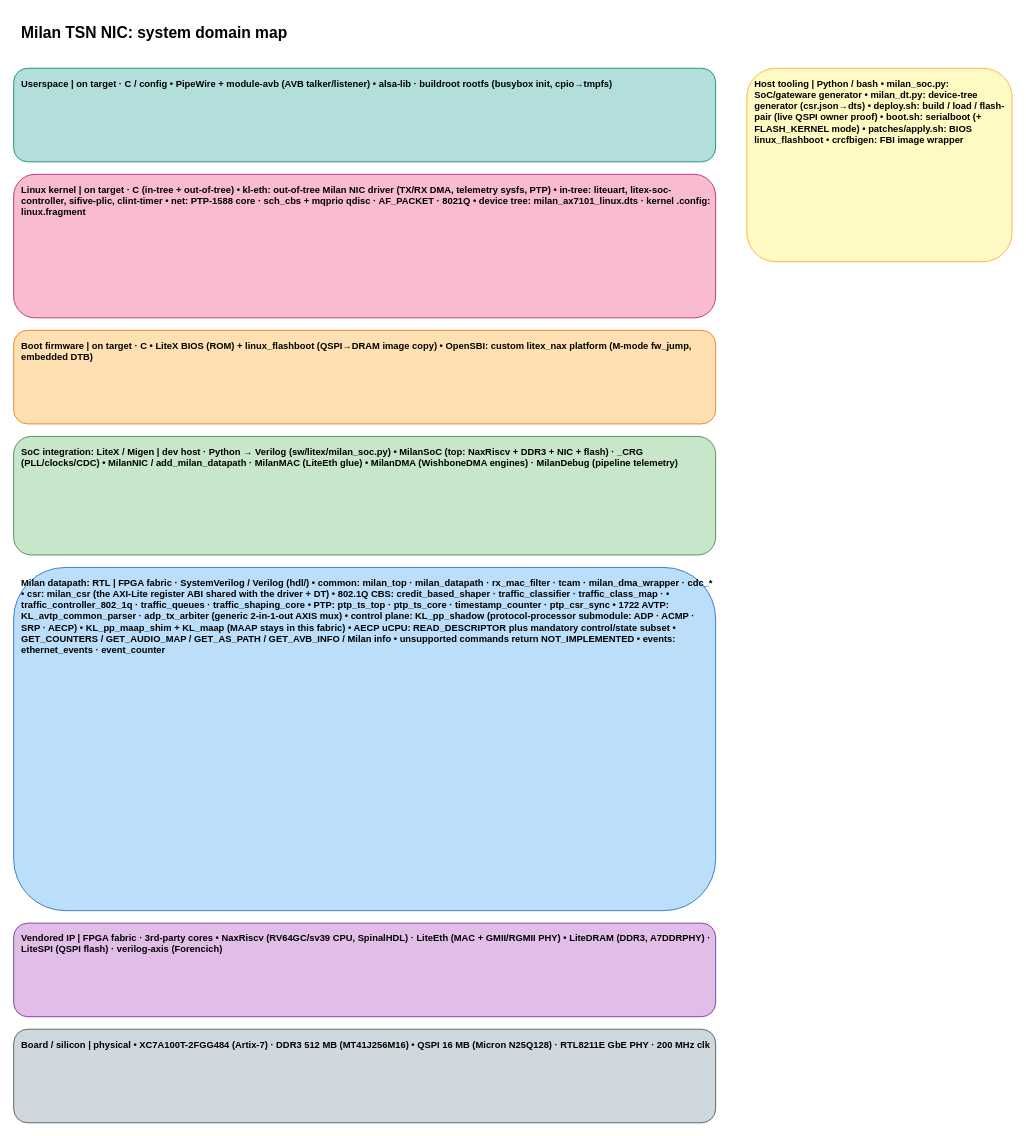
This is docs/SYSTEM_DOMAIN_MAP.drawio from kebag-logic/milan-fpga, a draw.io file, before an edit. Source tidied: cells renumbered, new cells numbered last; positions are measured from the earlier drawing's top-left corner, leaving out a move shared by most shapes. Both pictures are drawn from the tidied source at 78%, with x=0, y=0 at pixel (13, 13).
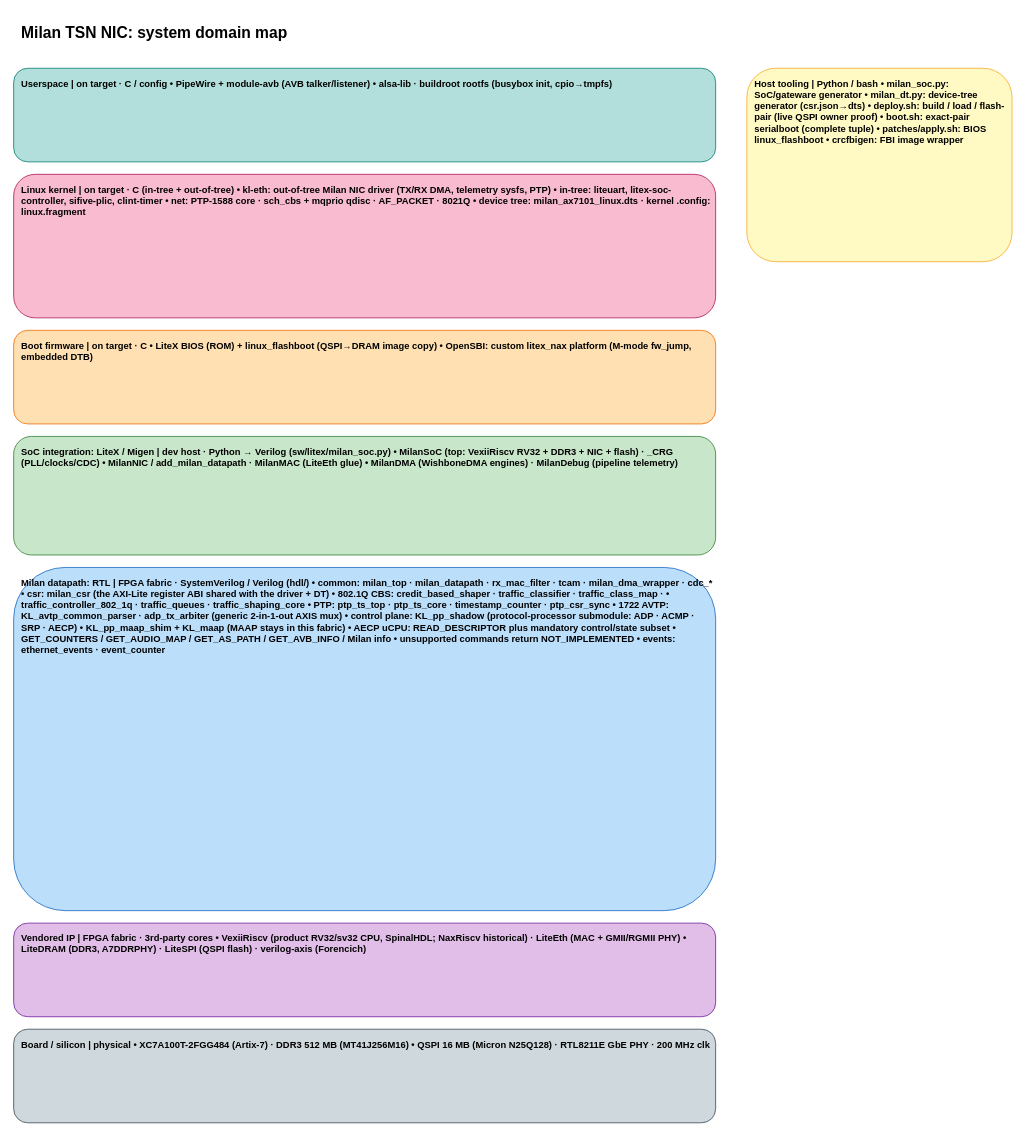
After the change.

Diff of the diagram source:
```diff
@@
 <mxGraphModel>
   <root>
     <mxCell id="0" />
     <mxCell id="1" parent="0" />
     <mxCell id="2" value="Milan TSN NIC: system domain map" style="rounded=1;whiteSpace=wrap;html=1;fillColor=none;strokeColor=none;fontSize=20;align=left;verticalAlign=top;spacingLeft=8;spacingTop=6;fontStyle=1;" parent="1" vertex="1">
       <mxGeometry width="700" height="30" as="geometry" />
     </mxCell>
     <mxCell id="3" value="Userspace   |   on target · C / config  • PipeWire + module-avb (AVB talker/listener) • alsa-lib · buildroot rootfs (busybox init, cpio→tmpfs)" style="rounded=1;whiteSpace=wrap;html=1;fillColor=#B2DFDB;strokeColor=#00796B;fontSize=12;align=left;verticalAlign=top;spacingLeft=8;spacingTop=6;fontStyle=1;" parent="1" vertex="1">
       <mxGeometry y="70" width="900" height="120" as="geometry" />
     </mxCell>
     <mxCell id="4" value="Linux kernel   |   on target · C (in-tree + out-of-tree)  • kl-eth: out-of-tree Milan NIC driver (TX/RX DMA, telemetry sysfs, PTP) • in-tree: liteuart, litex-soc-controller, sifive-plic, clint-timer • net: PTP-1588 core · sch_cbs + mqprio qdisc · AF_PACKET · 8021Q • device tree: milan_ax7101_linux.dts  ·  kernel .config: linux.fragment" style="rounded=1;whiteSpace=wrap;html=1;fillColor=#F8BBD0;strokeColor=#AD1457;fontSize=12;align=left;verticalAlign=top;spacingLeft=8;spacingTop=6;fontStyle=1;" parent="1" vertex="1">
       <mxGeometry y="206" width="900" height="184" as="geometry" />
     </mxCell>
     <mxCell id="5" value="Boot firmware   |   on target · C  • LiteX BIOS (ROM) + linux_flashboot (QSPI→DRAM image copy) • OpenSBI: custom litex_nax platform (M-mode fw_jump, embedded DTB)" style="rounded=1;whiteSpace=wrap;html=1;fillColor=#FFE0B2;strokeColor=#EF6C00;fontSize=12;align=left;verticalAlign=top;spacingLeft=8;spacingTop=6;fontStyle=1;" parent="1" vertex="1">
       <mxGeometry y="406" width="900" height="120" as="geometry" />
     </mxCell>
-    <mxCell id="6" value="SoC integration: LiteX / Migen   |   dev host · Python → Verilog  (sw/litex/milan_soc.py)  • MilanSoC (top: NaxRiscv + DDR3 + NIC + flash)   ·   _CRG (PLL/clocks/CDC) • MilanNIC / add_milan_datapath   ·   MilanMAC (LiteEth glue) • MilanDMA (WishboneDMA engines)   ·   MilanDebug (pipeline telemetry)" style="rounded=1;whiteSpace=wrap;html=1;fillColor=#C8E6C9;strokeColor=#2E7D32;fontSize=12;align=left;verticalAlign=top;spacingLeft=8;spacingTop=6;fontStyle=1;" parent="1" vertex="1">
+    <mxCell id="6" value="SoC integration: LiteX / Migen   |   dev host · Python → Verilog  (sw/litex/milan_soc.py)  • MilanSoC (top: VexiiRiscv RV32 + DDR3 + NIC + flash)   ·   _CRG (PLL/clocks/CDC) • MilanNIC / add_milan_datapath   ·   MilanMAC (LiteEth glue) • MilanDMA (WishboneDMA engines)   ·   MilanDebug (pipeline telemetry)" style="rounded=1;whiteSpace=wrap;html=1;fillColor=#C8E6C9;strokeColor=#2E7D32;fontSize=12;align=left;verticalAlign=top;spacingLeft=8;spacingTop=6;fontStyle=1;" parent="1" vertex="1">
       <mxGeometry y="542" width="900" height="152" as="geometry" />
     </mxCell>
     <mxCell id="7" value="Milan datapath: RTL   |   FPGA fabric · SystemVerilog / Verilog  (hdl/)  • common: milan_top · milan_datapath · rx_mac_filter · tcam · milan_dma_wrapper · cdc_* • csr: milan_csr  (the AXI-Lite register ABI shared with the driver + DT) • 802.1Q CBS: credit_based_shaper · traffic_classifier · traffic_class_map · •             traffic_controller_802_1q · traffic_queues · traffic_shaping_core • PTP: ptp_ts_top · ptp_ts_core · timestamp_counter · ptp_csr_sync • 1722 AVTP: KL_avtp_common_parser   ·   adp_tx_arbiter (generic 2-in-1-out AXIS mux) • control plane: KL_pp_shadow (protocol-processor submodule: ADP · ACMP · SRP · AECP) •                KL_pp_maap_shim + KL_maap  (MAAP stays in this fabric) •                AECP uCPU: READ_DESCRIPTOR plus mandatory control/state subset •                GET_COUNTERS / GET_AUDIO_MAP / GET_AS_PATH / GET_AVB_INFO / Milan info •                unsupported commands return NOT_IMPLEMENTED • events: ethernet_events · event_counter" style="rounded=1;whiteSpace=wrap;html=1;fillColor=#BBDEFB;strokeColor=#1565C0;fontSize=12;align=left;verticalAlign=top;spacingLeft=8;spacingTop=6;fontStyle=1;" parent="1" vertex="1">
       <mxGeometry y="710" width="900" height="440" as="geometry" />
     </mxCell>
-    <mxCell id="8" value="Vendored IP   |   FPGA fabric · 3rd-party cores  • NaxRiscv (RV64GC/sv39 CPU, SpinalHDL)   ·   LiteEth (MAC + GMII/RGMII PHY) • LiteDRAM (DDR3, A7DDRPHY)   ·   LiteSPI (QSPI flash)   ·   verilog-axis (Forencich)" style="rounded=1;whiteSpace=wrap;html=1;fillColor=#E1BEE7;strokeColor=#6A1B9A;fontSize=12;align=left;verticalAlign=top;spacingLeft=8;spacingTop=6;fontStyle=1;" parent="1" vertex="1">
+    <mxCell id="8" value="Vendored IP   |   FPGA fabric · 3rd-party cores  • VexiiRiscv (product RV32/sv32 CPU, SpinalHDL; NaxRiscv historical)   ·   LiteEth (MAC + GMII/RGMII PHY) • LiteDRAM (DDR3, A7DDRPHY)   ·   LiteSPI (QSPI flash)   ·   verilog-axis (Forencich)" style="rounded=1;whiteSpace=wrap;html=1;fillColor=#E1BEE7;strokeColor=#6A1B9A;fontSize=12;align=left;verticalAlign=top;spacingLeft=8;spacingTop=6;fontStyle=1;" parent="1" vertex="1">
       <mxGeometry y="1166" width="900" height="120" as="geometry" />
     </mxCell>
     <mxCell id="9" value="Board / silicon   |   physical  • XC7A100T-2FGG484 (Artix-7)  ·  DDR3 512 MB (MT41J256M16) • QSPI 16 MB (Micron N25Q128)  ·  RTL8211E GbE PHY  ·  200 MHz clk" style="rounded=1;whiteSpace=wrap;html=1;fillColor=#CFD8DC;strokeColor=#37474F;fontSize=12;align=left;verticalAlign=top;spacingLeft=8;spacingTop=6;fontStyle=1;" parent="1" vertex="1">
       <mxGeometry y="1302" width="900" height="120" as="geometry" />
     </mxCell>
-    <mxCell id="10" value="Host tooling   |   Python / bash  • milan_soc.py: SoC/gateware generator • milan_dt.py: device-tree generator (csr.json→dts) • deploy.sh: build / load / flash-pair (live QSPI owner proof) • boot.sh: serialboot (+ FLASH_KERNEL mode) • patches/apply.sh: BIOS linux_flashboot • crcfbigen: FBI image wrapper" style="rounded=1;whiteSpace=wrap;html=1;fillColor=#FFF9C4;strokeColor=#F9A825;fontSize=12;align=left;verticalAlign=top;spacingLeft=8;spacingTop=6;fontStyle=1;" parent="1" vertex="1">
+    <mxCell id="10" value="Host tooling   |   Python / bash  • milan_soc.py: SoC/gateware generator • milan_dt.py: device-tree generator (csr.json→dts) • deploy.sh: build / load / flash-pair (live QSPI owner proof) • boot.sh: exact-pair serialboot (complete tuple) • patches/apply.sh: BIOS linux_flashboot • crcfbigen: FBI image wrapper" style="rounded=1;whiteSpace=wrap;html=1;fillColor=#FFF9C4;strokeColor=#F9A825;fontSize=12;align=left;verticalAlign=top;spacingLeft=8;spacingTop=6;fontStyle=1;" parent="1" vertex="1">
       <mxGeometry x="940" y="70" width="340" height="248" as="geometry" />
     </mxCell>
   </root>
 </mxGraphModel>
```
